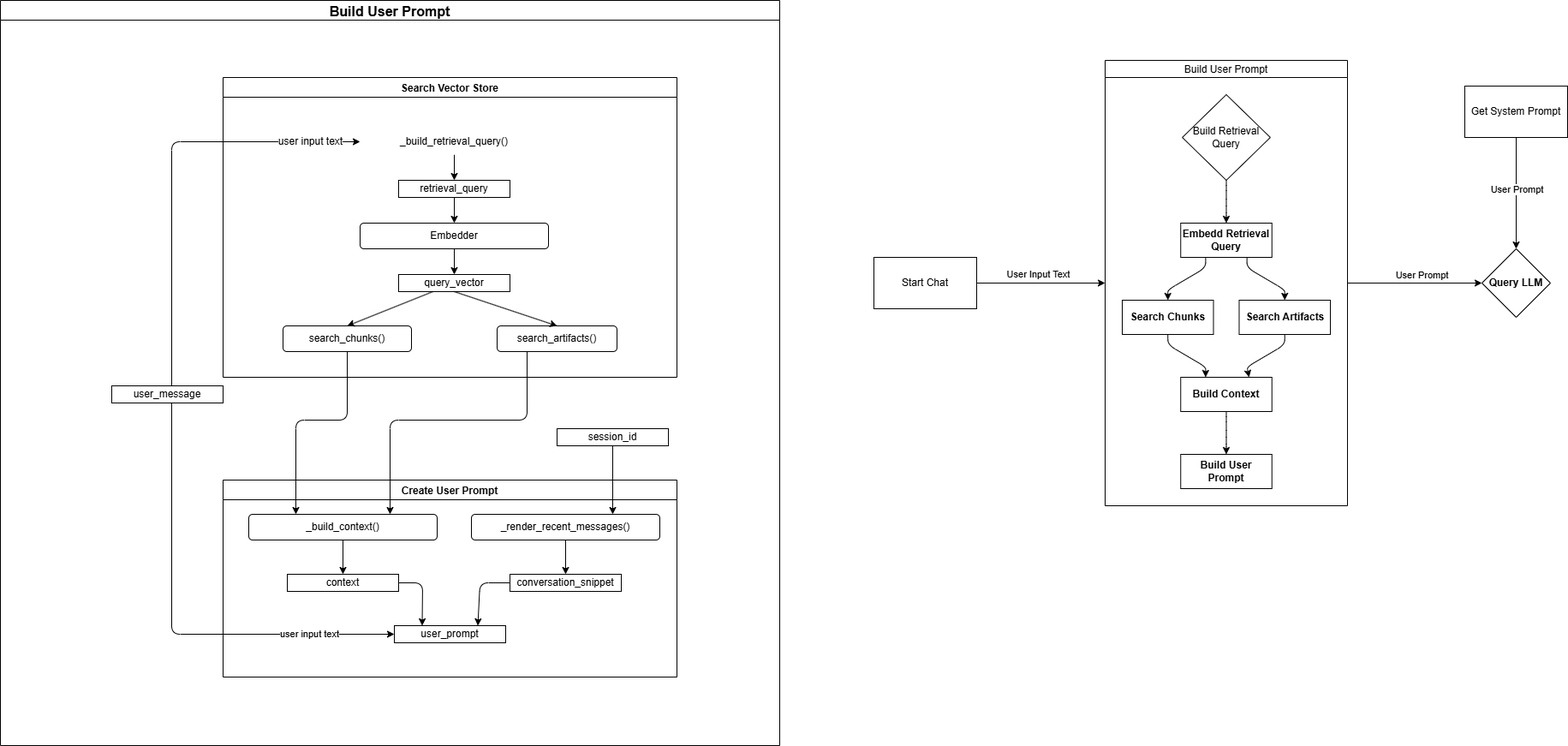
This is agent-pipeline.drawio.png from dkylewillis/vector, a draw.io export, as it was before one commit. Source tidied: cells renumbered, new cells last; positions are measured from the earlier drawing's top-left corner, leaving out a move shared by most shapes.
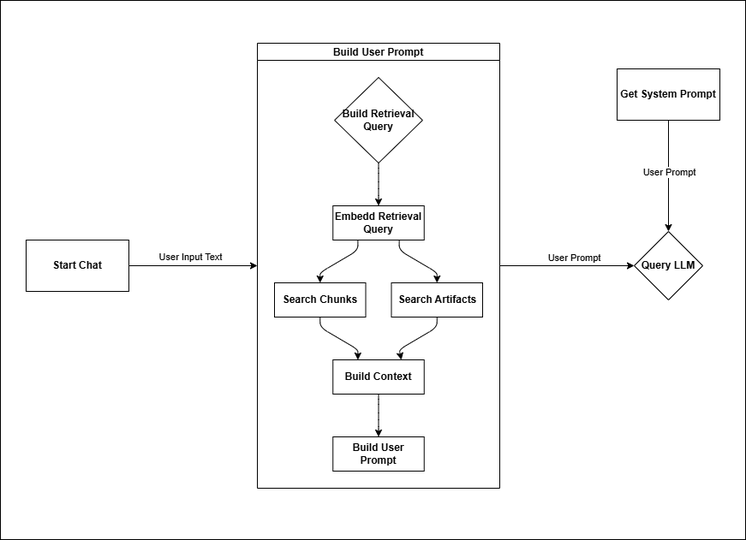
The same file after the commit.

Change to the diagram source:
```diff
@@ -2,124 +2,9 @@
   <root>
     <mxCell id="0" />
     <mxCell id="1" parent="0" />
-    <mxCell id="2" value="Search Vector Store" style="swimlane;fillColor=light-dark(#FFFFFF,#000000);" parent="1" vertex="1">
-      <mxGeometry x="260" y="90" width="530" height="350" as="geometry" />
-    </mxCell>
-    <mxCell id="3" style="edgeStyle=none;html=1;" parent="2" edge="1" source="4" target="8">
-      <mxGeometry relative="1" as="geometry" />
-    </mxCell>
-    <mxCell id="4" value="_build_retrieval_query()" style="rounded=1;whiteSpace=wrap;html=1;strokeColor=none;fillColor=light-dark(#FFFFFF,#004C99);" parent="2" vertex="1">
-      <mxGeometry x="160" y="60" width="220" height="30" as="geometry" />
-    </mxCell>
-    <mxCell id="5" style="edgeStyle=none;html=1;" parent="2" edge="1" source="6" target="9">
-      <mxGeometry relative="1" as="geometry" />
-    </mxCell>
-    <mxCell id="6" value="Embedder" style="rounded=1;whiteSpace=wrap;html=1;fillColor=light-dark(#FFFFFF,#000066);" parent="2" vertex="1">
-      <mxGeometry x="160" y="170" width="220" height="30" as="geometry" />
-    </mxCell>
-    <mxCell id="7" style="edgeStyle=none;html=1;" parent="2" edge="1" source="8" target="6">
-      <mxGeometry relative="1" as="geometry" />
-    </mxCell>
-    <mxCell id="8" value="retrieval_query" style="rounded=0;whiteSpace=wrap;html=1;strokeColor=default;fillColor=light-dark(#FFFFFF,#CCCCCC);fontColor=light-dark(#000000,#000000);" parent="2" vertex="1">
-      <mxGeometry x="205" y="120" width="130" height="20" as="geometry" />
-    </mxCell>
-    <mxCell id="9" value="query_vector" style="rounded=0;whiteSpace=wrap;html=1;fillColor=light-dark(#FFFFFF,#CCCCCC);fontColor=light-dark(#000000,#000000);" parent="2" vertex="1">
-      <mxGeometry x="205" y="230" width="130" height="20" as="geometry" />
-    </mxCell>
-    <mxCell id="10" value="search_chunks()" style="rounded=1;whiteSpace=wrap;html=1;fillColor=light-dark(#FFFFFF,#004C99);" parent="2" vertex="1">
-      <mxGeometry x="70" y="290" width="150" height="30" as="geometry" />
-    </mxCell>
-    <mxCell id="11" style="edgeStyle=none;html=1;entryX=0.5;entryY=0;entryDx=0;entryDy=0;" parent="2" edge="1" source="9" target="10">
-      <mxGeometry relative="1" as="geometry" />
-    </mxCell>
-    <mxCell id="12" value="search_artifacts()" style="rounded=1;whiteSpace=wrap;html=1;fillColor=light-dark(#FFFFFF,#004C99);" parent="2" vertex="1">
-      <mxGeometry x="320" y="290" width="140" height="30" as="geometry" />
-    </mxCell>
-    <mxCell id="13" style="edgeStyle=none;html=1;exitX=0.5;exitY=1;exitDx=0;exitDy=0;entryX=0.5;entryY=0;entryDx=0;entryDy=0;" parent="2" edge="1" source="9" target="12">
-      <mxGeometry relative="1" as="geometry" />
-    </mxCell>
-    <mxCell id="14" value="Create User Prompt" style="swimlane;startSize=23;glass=0;rounded=0;shadow=0;" parent="1" vertex="1">
-      <mxGeometry x="260" y="560" width="530" height="230" as="geometry" />
-    </mxCell>
-    <mxCell id="15" style="edgeStyle=none;html=1;" parent="14" edge="1" source="16" target="18">
-      <mxGeometry relative="1" as="geometry" />
-    </mxCell>
-    <mxCell id="16" value="_build_context()" style="rounded=1;whiteSpace=wrap;html=1;fillColor=light-dark(#FFFFFF,#0066CC);" parent="14" vertex="1">
-      <mxGeometry x="30" y="40" width="220" height="30" as="geometry" />
-    </mxCell>
-    <mxCell id="17" style="edgeStyle=none;html=1;exitX=1;exitY=0.5;exitDx=0;exitDy=0;entryX=0.25;entryY=0;entryDx=0;entryDy=0;" parent="14" edge="1" source="18" target="19">
-      <mxGeometry relative="1" as="geometry">
-        <Array as="points">
-          <mxPoint x="233" y="120" />
-        </Array>
-      </mxGeometry>
-    </mxCell>
-    <mxCell id="18" value="context" style="rounded=0;whiteSpace=wrap;html=1;fillColor=light-dark(#FFFFFF,#CCCCCC);fontColor=light-dark(#000000,#000000);" parent="14" vertex="1">
-      <mxGeometry x="75" y="110" width="130" height="20" as="geometry" />
-    </mxCell>
-    <mxCell id="19" value="user_prompt" style="rounded=0;whiteSpace=wrap;html=1;fillColor=light-dark(#FFFFFF,#CCCCCC);fontColor=light-dark(#000000,#000000);" parent="14" vertex="1">
-      <mxGeometry x="200" y="170" width="130" height="20" as="geometry" />
-    </mxCell>
-    <mxCell id="20" value="conversation_snippet" style="rounded=0;whiteSpace=wrap;html=1;fillColor=light-dark(#FFFFFF,#CCCCCC);fontColor=light-dark(#000000,#000000);" parent="14" vertex="1">
-      <mxGeometry x="335" y="110" width="130" height="20" as="geometry" />
-    </mxCell>
-    <mxCell id="21" style="edgeStyle=none;html=1;exitX=0;exitY=0.5;exitDx=0;exitDy=0;entryX=0.75;entryY=0;entryDx=0;entryDy=0;" parent="14" edge="1" source="20" target="19">
-      <mxGeometry relative="1" as="geometry">
-        <Array as="points">
-          <mxPoint x="300" y="120" />
-        </Array>
-      </mxGeometry>
-    </mxCell>
-    <mxCell id="22" style="edgeStyle=none;html=1;" parent="14" edge="1" source="23" target="20">
-      <mxGeometry relative="1" as="geometry" />
-    </mxCell>
-    <mxCell id="23" value="_render_recent_messages()" style="rounded=1;whiteSpace=wrap;html=1;fillColor=light-dark(#FFFFFF,#0066CC);" parent="14" vertex="1">
-      <mxGeometry x="290" y="40" width="220" height="30" as="geometry" />
-    </mxCell>
-    <mxCell id="24" value="user input text" style="edgeStyle=none;html=1;exitX=1;exitY=0.5;exitDx=0;exitDy=0;entryX=0;entryY=0.5;entryDx=0;entryDy=0;" parent="1" edge="1" source="31" target="19">
-      <mxGeometry x="0.67" relative="1" as="geometry">
-        <Array as="points">
-          <mxPoint x="200" y="460" />
-          <mxPoint x="200" y="740" />
-        </Array>
-      </mxGeometry>
-    </mxCell>
-    <mxCell id="25" style="edgeStyle=none;html=1;entryX=0.25;entryY=0;entryDx=0;entryDy=0;exitX=0.5;exitY=1;exitDx=0;exitDy=0;" parent="1" edge="1" source="10" target="16">
-      <mxGeometry relative="1" as="geometry">
-        <Array as="points">
-          <mxPoint x="405" y="490" />
-          <mxPoint x="345" y="490" />
-        </Array>
-      </mxGeometry>
-    </mxCell>
-    <mxCell id="26" style="edgeStyle=none;html=1;exitX=0.25;exitY=1;exitDx=0;exitDy=0;entryX=0.75;entryY=0;entryDx=0;entryDy=0;" parent="1" edge="1" source="12" target="16">
-      <mxGeometry relative="1" as="geometry">
-        <Array as="points">
-          <mxPoint x="615" y="490" />
-          <mxPoint x="455" y="490" />
-        </Array>
-      </mxGeometry>
-    </mxCell>
-    <mxCell id="27" style="edgeStyle=none;html=1;entryX=0.75;entryY=0;entryDx=0;entryDy=0;exitX=0.5;exitY=1;exitDx=0;exitDy=0;" parent="1" edge="1" source="28" target="23">
-      <mxGeometry relative="1" as="geometry" />
-    </mxCell>
-    <mxCell id="28" value="session_id" style="rounded=0;whiteSpace=wrap;html=1;fillColor=light-dark(#FFFFFF,#CCCCCC);fontColor=light-dark(#000000,#000000);" parent="1" vertex="1">
-      <mxGeometry x="650" y="500" width="130" height="20" as="geometry" />
-    </mxCell>
-    <mxCell id="29" value="user input text" style="edgeStyle=none;html=1;entryX=0;entryY=0.5;entryDx=0;entryDy=0;exitX=1;exitY=0.5;exitDx=0;exitDy=0;verticalAlign=middle;textDirection=ltr;textShadow=0;fontSize=12;" parent="1" edge="1" source="31" target="4">
-      <mxGeometry x="0.8" relative="1" as="geometry">
-        <Array as="points">
-          <mxPoint x="200" y="460" />
-          <mxPoint x="200" y="165" />
-        </Array>
-      </mxGeometry>
-    </mxCell>
-    <mxCell id="30" value="Build User Prompt" style="swimlane;fontSize=16;fontStyle=1;spacingTop=0;" parent="1" vertex="1">
-      <mxGeometry width="910" height="870" as="geometry" />
-    </mxCell>
-    <mxCell id="31" value="user_message" style="rounded=0;whiteSpace=wrap;html=1;fillColor=light-dark(#FFFFFF,#CCCCCC);fontColor=light-dark(#000000,#000000);" parent="30" vertex="1">
-      <mxGeometry x="130" y="450" width="130" height="20" as="geometry" />
-    </mxCell>
+    <mxCell id="54" style="rounded=0;whiteSpace=wrap;html=1;fontColor=default;" parent="1" vertex="1">
+      <mxGeometry x="990" y="20" width="870" height="630" as="geometry" />
+    </mxCell>
     <mxCell id="32" style="edgeStyle=none;html=1;" parent="1" edge="1" source="34" target="47">
       <mxGeometry relative="1" as="geometry" />
     </mxCell>
@@ -128,7 +13,7 @@
         <mxPoint x="-11" y="-6" as="offset" />
       </mxGeometry>
     </mxCell>
-    <mxCell id="34" value="Build User Prompt" style="swimlane;startSize=20;horizontal=1;flowOrientation=north;interRankCellSpacing=50;containerType=tree;fontSize=12;fillColor=light-dark(#FFFFFF,#666666);fontStyle=0;" parent="1" vertex="1">
+    <mxCell id="34" value="Build User Prompt" style="swimlane;startSize=20;horizontal=1;flowOrientation=north;interRankCellSpacing=50;containerType=tree;fontSize=12;fillColor=light-dark(#FFFFFF,#666666);fontStyle=1;" parent="1" vertex="1">
       <mxGeometry x="1290" y="70" width="283" height="520" as="geometry" />
     </mxCell>
     <mxCell id="35" value="Embedd Retrieval Query" style="whiteSpace=wrap;html=1;fillColor=light-dark(#FFFFFF,#CC6600);fontStyle=1;" parent="34" vertex="1">
@@ -194,7 +79,7 @@
         </Array>
       </mxGeometry>
     </mxCell>
-    <mxCell id="46" value="Build Retrieval Query" style="rhombus;whiteSpace=wrap;html=1;fillColor=light-dark(#FFFFFF,#7F00FF);" parent="34" vertex="1">
+    <mxCell id="46" value="Build Retrieval Query" style="rhombus;whiteSpace=wrap;html=1;fillColor=light-dark(#FFFFFF,#7F00FF);fontStyle=1;" parent="34" vertex="1">
       <mxGeometry x="90.1" y="40" width="102.8" height="100" as="geometry" />
     </mxCell>
     <mxCell id="47" value="Query LLM" style="rhombus;whiteSpace=wrap;html=1;fontStyle=1;startSize=20;fillColor=light-dark(#FFFFFF,#7F00FF);" parent="1" vertex="1">
@@ -208,13 +93,13 @@
         <mxPoint x="1" y="-12" as="offset" />
       </mxGeometry>
     </mxCell>
-    <mxCell id="50" value="Start Chat" style="rounded=0;whiteSpace=wrap;html=1;fillColor=light-dark(#FFFFFF,#666666);fontStyle=0;" parent="1" vertex="1">
+    <mxCell id="50" value="Start Chat" style="rounded=0;whiteSpace=wrap;html=1;fillColor=light-dark(#FFFFFF,#666666);fontStyle=1;" parent="1" vertex="1">
       <mxGeometry x="1020" y="300" width="120" height="60" as="geometry" />
     </mxCell>
     <mxCell id="51" style="edgeStyle=none;html=1;" parent="1" edge="1" source="52" target="47">
       <mxGeometry relative="1" as="geometry" />
     </mxCell>
-    <mxCell id="52" value="Get System Prompt" style="whiteSpace=wrap;html=1;fontStyle=0;startSize=20;fillColor=light-dark(#FFFFFF,#666666);" parent="1" vertex="1">
+    <mxCell id="52" value="Get System Prompt" style="whiteSpace=wrap;html=1;fontStyle=1;startSize=20;fillColor=light-dark(#FFFFFF,#666666);" parent="1" vertex="1">
       <mxGeometry x="1710" y="100" width="120" height="60" as="geometry" />
     </mxCell>
     <mxCell id="53" value="User Prompt" style="edgeLabel;html=1;align=center;verticalAlign=middle;" parent="1" vertex="1">
```
